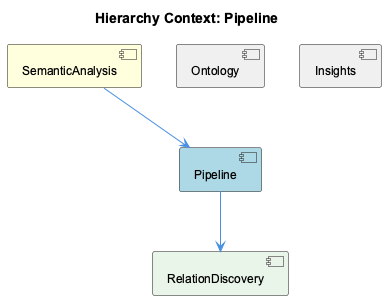
Earlier version of the PlantUML export knowledge-management/insights/images/pipeline-relationship.png (fwornle/coding).
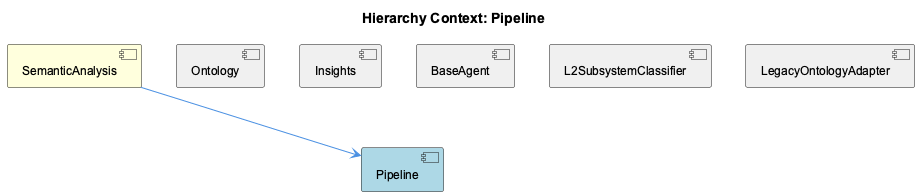
The same file after the commit.

The edit, as a diff of the source:
```diff
@@ -7,11 +7,15 @@
 [Pipeline] as pipeline #LightBlue
 [Ontology] as ontology #F0F0F0
 [Insights] as insights #F0F0F0
-[RelationDiscovery] as relation_discovery #E8F5E8
+[BaseAgent] as base_agent #F0F0F0
+[L2SubsystemClassifier] as l2_subsystem_classifier #F0F0F0
+[LegacyOntologyAdapter] as legacy_ontology_adapter #F0F0F0
 
 semantic_analysis --> pipeline
 ontology -[hidden]- pipeline
 insights -[hidden]- pipeline
-pipeline --> relation_discovery
+base_agent -[hidden]- pipeline
+l2_subsystem_classifier -[hidden]- pipeline
+legacy_ontology_adapter -[hidden]- pipeline
 
 @enduml
```
